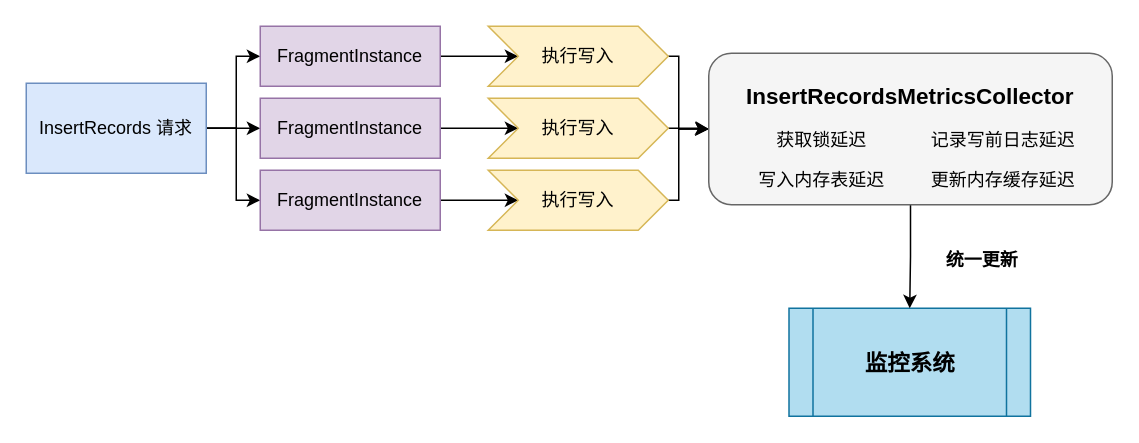
Before: 设计图/统一更新监控.drawio in THUMarkLau/thuthesis, a draw.io diagram. Source tidied: cells renumbered, new cells numbered last; positions are measured from the earlier drawing's top-left corner, leaving out a move shared by most shapes. Both pictures are drawn from the tidied source at 150%, with x=0, y=0 at pixel (26, 26).
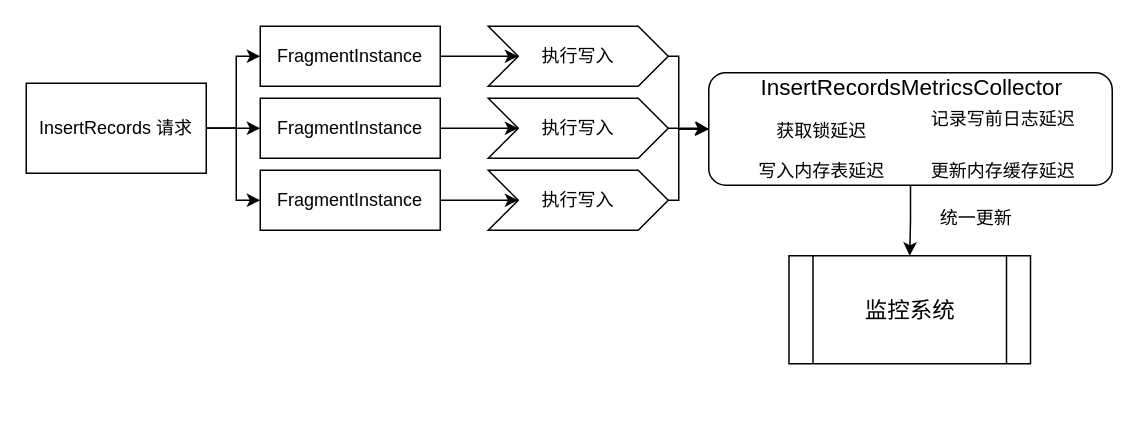
After the change.

What changed in the source:
```diff
@@
-    <mxCell id="5" value="InsertRecords 请求" style="rounded=0;whiteSpace=wrap;html=1;fillColor=#dae8fc;strokeColor=#6c8ebf;" parent="1" vertex="1">
+    <mxCell id="5" value="InsertRecords 请求" style="rounded=0;whiteSpace=wrap;html=1;fillColor=none;strokeColor=#000000;" parent="1" vertex="1">
       <mxGeometry y="38" width="120" height="60" as="geometry" />
     </mxCell>
@@
-    <mxCell id="7" value="FragmentInstance" style="rounded=0;whiteSpace=wrap;html=1;fillColor=#e1d5e7;strokeColor=#9673a6;" parent="1" vertex="1">
+    <mxCell id="7" value="FragmentInstance" style="rounded=0;whiteSpace=wrap;html=1;fillColor=none;strokeColor=#000000;" parent="1" vertex="1">
       <mxGeometry x="156" width="120" height="40" as="geometry" />
     </mxCell>
@@
-    <mxCell id="9" value="FragmentInstance" style="rounded=0;whiteSpace=wrap;html=1;fillColor=#e1d5e7;strokeColor=#9673a6;" parent="1" vertex="1">
+    <mxCell id="9" value="FragmentInstance" style="rounded=0;whiteSpace=wrap;html=1;fillColor=none;strokeColor=#000000;" parent="1" vertex="1">
       <mxGeometry x="156" y="48" width="120" height="40" as="geometry" />
     </mxCell>
@@
-    <mxCell id="11" value="FragmentInstance" style="rounded=0;whiteSpace=wrap;html=1;fillColor=#e1d5e7;strokeColor=#9673a6;" parent="1" vertex="1">
+    <mxCell id="11" value="FragmentInstance" style="rounded=0;whiteSpace=wrap;html=1;fillColor=none;strokeColor=#000000;" parent="1" vertex="1">
       <mxGeometry x="156" y="96" width="120" height="40" as="geometry" />
     </mxCell>
@@
-    <mxCell id="13" value="执行写入" style="shape=step;perimeter=stepPerimeter;whiteSpace=wrap;html=1;fixedSize=1;fillColor=#fff2cc;strokeColor=#d6b656;" parent="1" vertex="1">
+    <mxCell id="13" value="执行写入" style="shape=step;perimeter=stepPerimeter;whiteSpace=wrap;html=1;fixedSize=1;fillColor=none;strokeColor=#000000;" parent="1" vertex="1">
       <mxGeometry x="308" width="120" height="40" as="geometry" />
     </mxCell>
@@
-    <mxCell id="15" value="执行写入" style="shape=step;perimeter=stepPerimeter;whiteSpace=wrap;html=1;fixedSize=1;fillColor=#fff2cc;strokeColor=#d6b656;" parent="1" vertex="1">
+    <mxCell id="15" value="执行写入" style="shape=step;perimeter=stepPerimeter;whiteSpace=wrap;html=1;fixedSize=1;fillColor=none;strokeColor=#000000;" parent="1" vertex="1">
       <mxGeometry x="308" y="48" width="120" height="40" as="geometry" />
     </mxCell>
@@
-    <mxCell id="17" value="执行写入" style="shape=step;perimeter=stepPerimeter;whiteSpace=wrap;html=1;fixedSize=1;fillColor=#fff2cc;strokeColor=#d6b656;" parent="1" vertex="1">
+    <mxCell id="17" value="执行写入" style="shape=step;perimeter=stepPerimeter;whiteSpace=wrap;html=1;fixedSize=1;fillColor=none;strokeColor=#000000;" parent="1" vertex="1">
       <mxGeometry x="308" y="96" width="120" height="40" as="geometry" />
     </mxCell>
-    <mxCell id="18" value="&lt;font style=&quot;font-size: 15px;&quot;&gt;&lt;b&gt;监控系统&lt;/b&gt;&lt;/font&gt;" style="shape=process;whiteSpace=wrap;html=1;backgroundOutline=1;fillColor=#b1ddf0;strokeColor=#10739e;" parent="1" vertex="1">
-      <mxGeometry x="508.5" y="188" width="161" height="72" as="geometry" />
+    <mxCell id="18" value="&lt;font style=&quot;font-size: 15px;&quot;&gt;&lt;span&gt;监控系统&lt;/span&gt;&lt;/font&gt;" style="shape=process;whiteSpace=wrap;html=1;backgroundOutline=1;fillColor=none;strokeColor=#000000;fontStyle=0;" parent="1" vertex="1">
+      <mxGeometry x="508.5" y="153" width="161" height="72" as="geometry" />
     </mxCell>
@@
-    <mxCell id="20" style="rounded=1;whiteSpace=wrap;html=1;fillColor=#f5f5f5;strokeColor=#666666;fontColor=#333333;" parent="1" vertex="1">
-      <mxGeometry x="455" y="18" width="269" height="101" as="geometry" />
+    <mxCell id="20" style="rounded=1;whiteSpace=wrap;html=1;fillColor=none;strokeColor=#000000;fontColor=#333333;" parent="1" vertex="1">
+      <mxGeometry x="455" y="31" width="269" height="75" as="geometry" />
     </mxCell>
-    <mxCell id="21" value="&lt;font style=&quot;font-size: 15px;&quot;&gt;&lt;b&gt;InsertRecordsMetricsCollector&lt;/b&gt;&lt;/font&gt;" style="text;html=1;align=center;verticalAlign=middle;strokeColor=none;fillColor=none;" parent="1" vertex="1">
-      <mxGeometry x="471" y="31" width="236" height="30" as="geometry" />
+    <mxCell id="21" value="&lt;font style=&quot;font-size: 15px;&quot;&gt;&lt;span&gt;InsertRecordsMetricsCollector&lt;/span&gt;&lt;/font&gt;" style="text;html=1;align=center;verticalAlign=middle;strokeColor=none;fillColor=none;fontStyle=0;" parent="1" vertex="1">
+      <mxGeometry x="480" y="25" width="219" height="30" as="geometry" />
     </mxCell>
     <mxCell id="22" value="写入内存表延迟" style="text;html=1;align=center;verticalAlign=middle;strokeColor=none;fillColor=none;" parent="1" vertex="1">
-      <mxGeometry x="479" y="90" width="102" height="26" as="geometry" />
+      <mxGeometry x="479" y="84" width="102" height="26" as="geometry" />
     </mxCell>
     <mxCell id="23" value="记录写前日志延迟" style="text;html=1;align=center;verticalAlign=middle;strokeColor=none;fillColor=none;" parent="1" vertex="1">
-      <mxGeometry x="594" y="63" width="114" height="26" as="geometry" />
+      <mxGeometry x="594" y="49" width="114" height="26" as="geometry" />
     </mxCell>
     <mxCell id="24" value="更新内存缓存延迟" style="text;html=1;align=center;verticalAlign=middle;strokeColor=none;fillColor=none;" parent="1" vertex="1">
-      <mxGeometry x="594" y="90" width="114" height="26" as="geometry" />
+      <mxGeometry x="594" y="84" width="114" height="26" as="geometry" />
     </mxCell>
     <mxCell id="25" value="获取锁延迟" style="text;html=1;align=center;verticalAlign=middle;strokeColor=none;fillColor=none;" parent="1" vertex="1">
-      <mxGeometry x="491" y="63" width="78" height="26" as="geometry" />
+      <mxGeometry x="491" y="57" width="78" height="26" as="geometry" />
     </mxCell>
-    <mxCell id="26" value="&lt;b&gt;统一更新&lt;/b&gt;" style="text;html=1;align=center;verticalAlign=middle;strokeColor=none;fillColor=none;" parent="1" vertex="1">
-      <mxGeometry x="603.5" y="143" width="66" height="26" as="geometry" />
+    <mxCell id="26" value="&lt;span&gt;统一更新&lt;/span&gt;" style="text;html=1;align=center;verticalAlign=middle;strokeColor=none;fillColor=none;fontStyle=0;" parent="1" vertex="1">
+      <mxGeometry x="600" y="115" width="66" height="26" as="geometry" />
     </mxCell>
```
